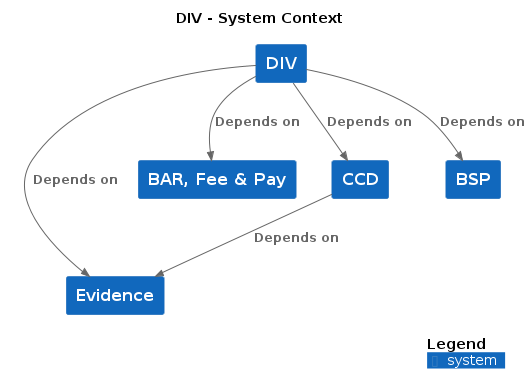
Above: docs/c4/div/images/structurizr-div-context.png in hmcts/cnp-api-docs (PlantUML), before the change.
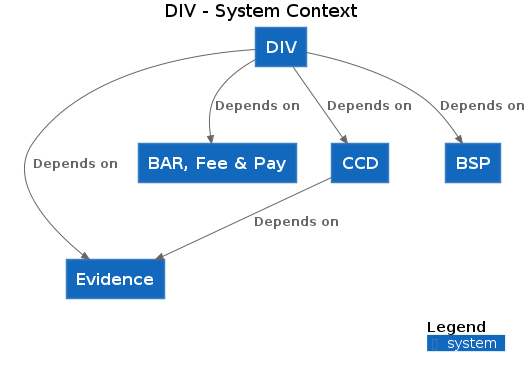
After the commit.

Diff of the diagram source:
```diff
@@ -3,20 +3,20 @@
 
 top to bottom direction
 
-!include https://raw.githubusercontent.com/plantuml-stdlib/C4-PlantUML/master/C4.puml
-!include https://raw.githubusercontent.com/plantuml-stdlib/C4-PlantUML/master/C4_Context.puml
+!includeurl https://raw.githubusercontent.com/plantuml-stdlib/C4-PlantUML/master/C4.puml
+!includeurl https://raw.githubusercontent.com/plantuml-stdlib/C4-PlantUML/master/C4_Context.puml
 
-System(CCD, "CCD", "", $tags="")
-System(Evidence, "Evidence", "", $tags="")
-System(BSP, "BSP", "", $tags="")
-System(DIV, "DIV", "", $tags="")
-System(BARFeePay, "BAR, Fee & Pay", "", $tags="")
+System(CCD, "CCD", "")
+System(Evidence, "Evidence", "")
+System(BSP, "BSP", "")
+System(DIV, "DIV", "")
+System(BARFeePay, "BAR, Fee & Pay", "")
 
-Rel_D(CCD, Evidence, "Depends on", $tags="")
-Rel_D(DIV, Evidence, "Depends on", $tags="")
-Rel_D(DIV, BARFeePay, "Depends on", $tags="")
-Rel_D(DIV, CCD, "Depends on", $tags="")
-Rel_D(DIV, BSP, "Depends on", $tags="")
+Rel_D(CCD, Evidence, "Depends on")
+Rel_D(DIV, Evidence, "Depends on")
+Rel_D(DIV, BARFeePay, "Depends on")
+Rel_D(DIV, CCD, "Depends on")
+Rel_D(DIV, BSP, "Depends on")
 
 SHOW_DYNAMIC_LEGEND()
 @enduml
```
